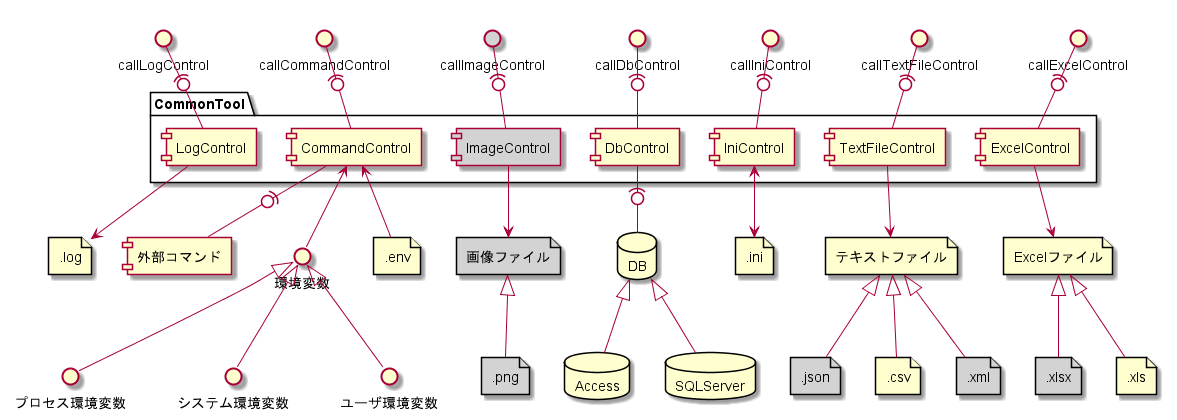
The PlantUML diagram doc/02_基本設計/コンポーネント図.png in hirorich/CommonTool, before a commit.
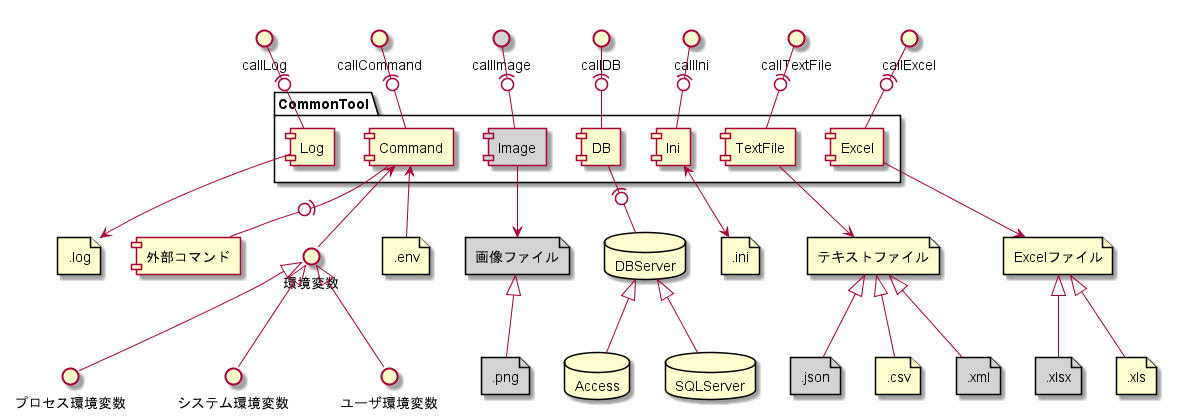
Later version of the same file.

Diff of the diagram source:
```diff
@@ -1,16 +1,16 @@
 @startuml ..\コンポーネント図.png
 
 package CommonTool {
-  component CommandControl
-  component ImageControl #lightgrey
-  component DbControl
-  component IniControl
-  component TextFileControl
-  component ExcelControl
-  component LogControl
+  component Command
+  component Image #lightgrey
+  component DB
+  component Ini
+  component TextFile
+  component Excel
+  component Log
 }
 
-database DB
+database DBServer
 database SQLServer
 database Access
 
@@ -21,52 +21,52 @@
 interface ユーザ環境変数
 interface プロセス環境変数
 
-file 画像ファイル as image #lightgrey
+file 画像ファイル #lightgrey
 file テキストファイル as text
-file Excelファイル as excel
+file Excelファイル
 file ".xls" as xls
 file ".xlsx" as xlsx #lightgrey
-file ".log" as log
+file ".log" as ログファイル
 file ".csv" as csv
 file ".xml" as xml #lightgrey
 file ".json" as json #lightgrey
-file ".ini" as ini
+file ".ini" as IniFile
 file ".env" as env
 file .png as png #lightgrey
 
-callLogControl -(0- LogControl
-LogControl --> log
+callLog -(0- Log
+Log --> ログファイル
 
-callCommandControl -(0- CommandControl
-CommandControl -(0- 外部コマンド
-CommandControl <-- env
-CommandControl <-- 環境変数
+callCommand -(0- Command
+Command -(0- 外部コマンド
+Command <-- env
+Command <-- 環境変数
 環境変数 <|-- システム環境変数
 環境変数 <|-- ユーザ環境変数
 環境変数 <|-- プロセス環境変数
 
-interface callImageControl #lightgrey
-callImageControl -(0- ImageControl
-ImageControl --> image
-image <|-- png
+interface callImage #lightgrey
+callImage -(0- Image
+Image --> 画像ファイル
+画像ファイル <|-- png
 
-callDbControl -(0- DbControl
-DbControl -(0- DB
-DB <|-- SQLServer
-DB <|-- Access
+callDB -(0- DB
+DB -(0- DBServer
+DBServer <|-- SQLServer
+DBServer <|-- Access
 
-callIniControl -(0- IniControl
-IniControl <--> ini
+callIni -(0- Ini
+Ini <--> IniFile
 
-callTextFileControl -(0- TextFileControl
-TextFileControl --> text
+callTextFile -(0- TextFile
+TextFile --> text
 text <|-- csv
 text <|-- xml
 text <|-- json
 
-callExcelControl -(0- ExcelControl
-ExcelControl --> excel
-excel <|-- xls
-excel <|-- xlsx
+callExcel -(0- Excel
+Excel --> Excelファイル
+Excelファイル <|-- xls
+Excelファイル <|-- xlsx
 
 @enduml
```
